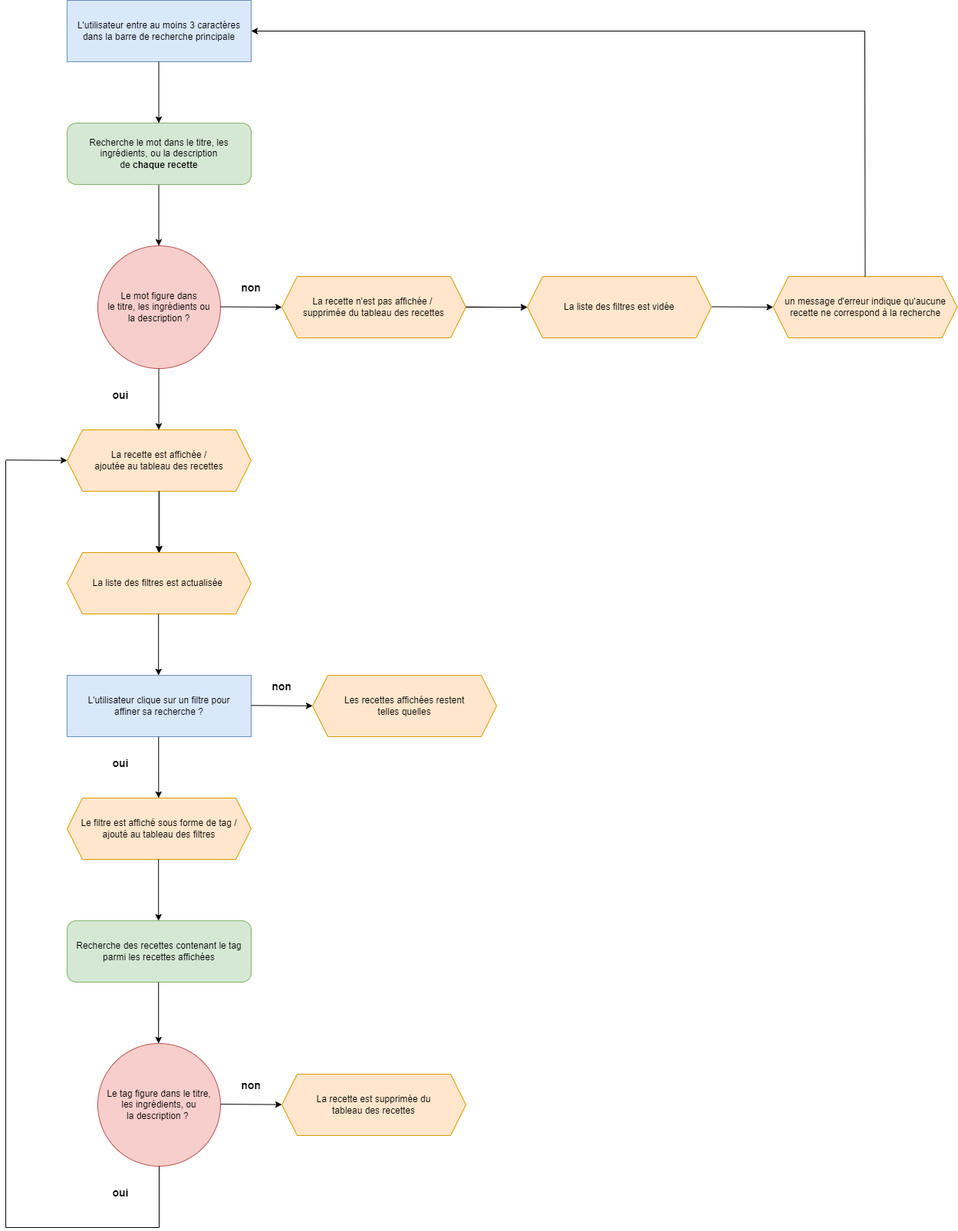
This is algorigramme.drawio.png from mathoos/LesPetitsPlats, a draw.io export, as it was before one commit. Source tidied: cells renumbered, new cells last; positions are measured from the earlier drawing's top-left corner, leaving out a move shared by most shapes.
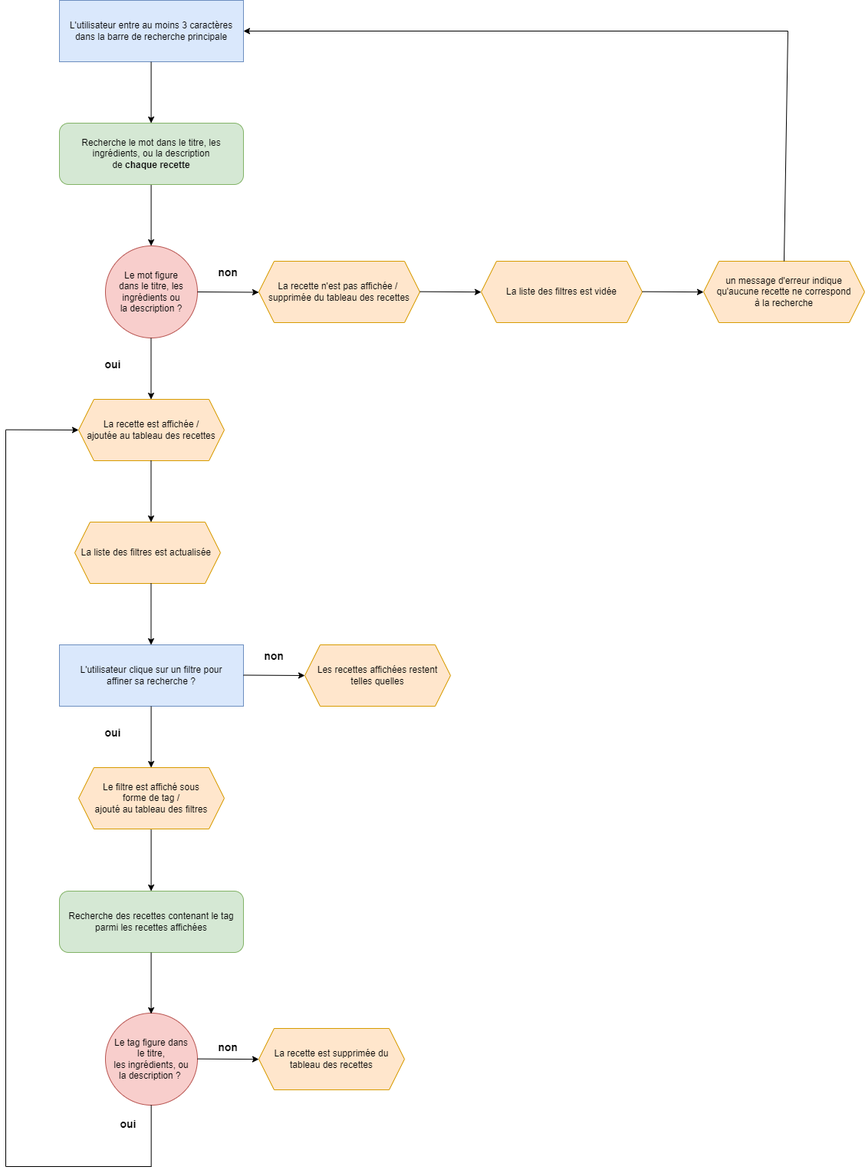
Above is the later version.

Commit message:
Mettre à jour algorigramme.drawio.png

Diff of the diagram source:
```diff
@@ -3,192 +3,180 @@
     <mxCell id="0" />
     <mxCell id="1" parent="0" />
     <mxCell id="2" value="L'utilisateur entre au moins 3 caractères dans la barre de recherche principale" style="rounded=0;whiteSpace=wrap;html=1;fillColor=#dae8fc;strokeColor=#6c8ebf;" parent="1" vertex="1">
-      <mxGeometry x="80" width="240" height="80" as="geometry" />
+      <mxGeometry x="-400" width="240" height="80" as="geometry" />
     </mxCell>
-    <mxCell id="3" value="Le mot figure dans &lt;br&gt;le titre, les ingrédients ou &lt;br&gt;la description&amp;nbsp;?" style="ellipse;whiteSpace=wrap;html=1;fillColor=#f8cecc;strokeColor=#b85450;" parent="1" vertex="1">
-      <mxGeometry x="120" y="320" width="160" height="160" as="geometry" />
+    <mxCell id="3" value="Le mot figure &lt;br&gt;dans le titre, les ingrédients ou &lt;br&gt;la description&amp;nbsp;?" style="ellipse;whiteSpace=wrap;html=1;fillColor=#f8cecc;strokeColor=#b85450;" parent="1" vertex="1">
+      <mxGeometry x="-340" y="320" width="120" height="120" as="geometry" />
     </mxCell>
     <mxCell id="4" style="endArrow=classic;html=1;rounded=0;" parent="1" edge="1">
       <mxGeometry relative="1" as="geometry">
-        <mxPoint x="280" y="399.5" as="sourcePoint" />
-        <mxPoint x="360" y="400" as="targetPoint" />
+        <mxPoint x="-220" y="380" as="sourcePoint" />
+        <mxPoint x="-140" y="380.5" as="targetPoint" />
       </mxGeometry>
     </mxCell>
     <mxCell id="5" style="endArrow=classic;html=1;rounded=0;" parent="1" edge="1">
       <mxGeometry relative="1" as="geometry">
-        <mxPoint x="199.5" y="480" as="sourcePoint" />
-        <mxPoint x="199.5" y="560" as="targetPoint" />
+        <mxPoint x="-280.5" y="440" as="sourcePoint" />
+        <mxPoint x="-280.5" y="520" as="targetPoint" />
       </mxGeometry>
     </mxCell>
     <mxCell id="6" style="endArrow=classic;html=1;rounded=0;" parent="1" edge="1">
       <mxGeometry relative="1" as="geometry">
-        <mxPoint x="199.5" y="80" as="sourcePoint" />
-        <mxPoint x="199.5" y="160" as="targetPoint" />
+        <mxPoint x="-280.4" y="80" as="sourcePoint" />
+        <mxPoint x="-280.4" y="160" as="targetPoint" />
       </mxGeometry>
     </mxCell>
     <mxCell id="7" style="endArrow=classic;html=1;rounded=0;" parent="1" edge="1">
       <mxGeometry x="-1" y="-252" relative="1" as="geometry">
-        <mxPoint x="199.5" y="240" as="sourcePoint" />
-        <mxPoint x="199.5" y="320" as="targetPoint" />
+        <mxPoint x="-280.4" y="240" as="sourcePoint" />
+        <mxPoint x="-280.4" y="320" as="targetPoint" />
         <mxPoint x="223" y="-250" as="offset" />
       </mxGeometry>
     </mxCell>
-    <mxCell id="8" style="edgeStyle=orthogonalEdgeStyle;rounded=0;jettySize=auto;html=1;fontSize=14;" parent="1" edge="1" source="11" target="15">
-      <mxGeometry relative="1" as="geometry" />
-    </mxCell>
-    <mxCell id="9" style="edgeStyle=orthogonalEdgeStyle;rounded=0;jettySize=auto;html=1;fontSize=14;" parent="1" edge="1" source="11" target="15">
-      <mxGeometry relative="1" as="geometry" />
-    </mxCell>
-    <mxCell id="10" style="edgeStyle=orthogonalEdgeStyle;rounded=0;jettySize=auto;html=1;fontSize=14;" parent="1" edge="1" source="11" target="15">
-      <mxGeometry relative="1" as="geometry" />
-    </mxCell>
     <mxCell id="11" value="La recette est affichée /&lt;br&gt;ajoutée au tableau des recettes" style="shape=hexagon;perimeter=hexagonPerimeter2;whiteSpace=wrap;html=1;fixedSize=1;fillColor=#ffe6cc;strokeColor=#d79b00;" parent="1" vertex="1">
-      <mxGeometry x="80" y="560" width="240" height="80" as="geometry" />
+      <mxGeometry x="-375" y="520" width="190" height="80" as="geometry" />
     </mxCell>
     <mxCell id="12" value="oui" style="text;html=1;strokeColor=none;fillColor=none;align=center;verticalAlign=middle;whiteSpace=wrap;rounded=0;fontStyle=1;fontSize=14;" parent="1" vertex="1">
-      <mxGeometry x="120" y="500" width="60" height="30" as="geometry" />
+      <mxGeometry x="-360" y="460" width="60" height="30" as="geometry" />
     </mxCell>
     <mxCell id="13" value="&lt;font style=&quot;font-size: 14px;&quot;&gt;non&lt;/font&gt;" style="text;html=1;strokeColor=none;fillColor=none;align=center;verticalAlign=middle;whiteSpace=wrap;rounded=0;fontStyle=1;" parent="1" vertex="1">
-      <mxGeometry x="290" y="360" width="60" height="30" as="geometry" />
+      <mxGeometry x="-210" y="340" width="60" height="30" as="geometry" />
     </mxCell>
     <mxCell id="14" value="L'utilisateur clique sur un filtre pour &lt;br&gt;affiner sa recherche ?" style="rounded=0;whiteSpace=wrap;html=1;fillColor=#dae8fc;strokeColor=#6c8ebf;" parent="1" vertex="1">
-      <mxGeometry x="80" y="880" width="240" height="80" as="geometry" />
+      <mxGeometry x="-400" y="840" width="240" height="80" as="geometry" />
     </mxCell>
     <mxCell id="15" value="La liste des filtres est actualisée&amp;nbsp;" style="shape=hexagon;perimeter=hexagonPerimeter2;whiteSpace=wrap;html=1;fixedSize=1;fillColor=#ffe6cc;strokeColor=#d79b00;" parent="1" vertex="1">
-      <mxGeometry x="80" y="720" width="240" height="80" as="geometry" />
+      <mxGeometry x="-380" y="680" width="190" height="80" as="geometry" />
     </mxCell>
     <mxCell id="16" value="Recherche le mot dans le titre, les ingrédients, ou la description &lt;br&gt;de &lt;b&gt;chaque recette&lt;/b&gt;" style="rounded=1;whiteSpace=wrap;html=1;fillColor=#d5e8d4;strokeColor=#82b366;" parent="1" vertex="1">
-      <mxGeometry x="80" y="160" width="240" height="80" as="geometry" />
+      <mxGeometry x="-400" y="160" width="240" height="80" as="geometry" />
     </mxCell>
     <mxCell id="17" style="endArrow=classic;html=1;rounded=0;" parent="1" edge="1">
-      <mxGeometry relative="1" as="geometry">
-        <mxPoint x="199.7" y="640" as="sourcePoint" />
-        <mxPoint x="199.7" y="720" as="targetPoint" />
+      <mxGeometry x="-1" y="-95" relative="1" as="geometry">
+        <mxPoint x="-280.5" y="600" as="sourcePoint" />
+        <mxPoint x="-280.5" y="680" as="targetPoint" />
       </mxGeometry>
     </mxCell>
-    <mxCell id="18" style="edgeStyle=orthogonalEdgeStyle;rounded=0;jettySize=auto;html=1;fontSize=14;" parent="1" edge="1" source="19" target="21">
-      <mxGeometry relative="1" as="geometry" />
-    </mxCell>
     <mxCell id="19" value="La recette n'est pas affichée /&amp;nbsp;&lt;br&gt;supprimée du tableau des recettes" style="shape=hexagon;perimeter=hexagonPerimeter2;whiteSpace=wrap;html=1;fixedSize=1;fillColor=#ffe6cc;strokeColor=#d79b00;" parent="1" vertex="1">
-      <mxGeometry x="360" y="360" width="240" height="80" as="geometry" />
+      <mxGeometry x="-140" y="340" width="210" height="80" as="geometry" />
     </mxCell>
     <mxCell id="20" style="endArrow=classic;html=1;rounded=0;" parent="1" edge="1">
       <mxGeometry relative="1" as="geometry">
-        <mxPoint x="199.2" y="800" as="sourcePoint" />
-        <mxPoint x="199.2" y="880" as="targetPoint" />
+        <mxPoint x="-280.5" y="760" as="sourcePoint" />
+        <mxPoint x="-280.5" y="840" as="targetPoint" />
       </mxGeometry>
     </mxCell>
     <mxCell id="21" value="La liste des filtres est vidée" style="shape=hexagon;perimeter=hexagonPerimeter2;whiteSpace=wrap;html=1;fixedSize=1;fillColor=#ffe6cc;strokeColor=#d79b00;" parent="1" vertex="1">
-      <mxGeometry x="680" y="360" width="240" height="80" as="geometry" />
+      <mxGeometry x="150" y="340" width="210" height="80" as="geometry" />
     </mxCell>
     <mxCell id="22" style="endArrow=classic;html=1;rounded=0;" parent="1" edge="1">
       <mxGeometry relative="1" as="geometry">
-        <mxPoint x="600" y="399.7" as="sourcePoint" />
-        <mxPoint x="680" y="400.2" as="targetPoint" />
+        <mxPoint x="70" y="379.7" as="sourcePoint" />
+        <mxPoint x="150" y="380.2" as="targetPoint" />
       </mxGeometry>
     </mxCell>
-    <mxCell id="23" value="un message d'erreur indique qu'aucune recette ne correspond à la recherche" style="shape=hexagon;perimeter=hexagonPerimeter2;whiteSpace=wrap;html=1;fixedSize=1;fillColor=#ffe6cc;strokeColor=#d79b00;" parent="1" vertex="1">
-      <mxGeometry x="1000.5" y="360" width="240" height="80" as="geometry" />
+    <mxCell id="23" value="un message d'erreur indique qu'aucune recette ne correspond &lt;br&gt;à la recherche" style="shape=hexagon;perimeter=hexagonPerimeter2;whiteSpace=wrap;html=1;fixedSize=1;fillColor=#ffe6cc;strokeColor=#d79b00;" parent="1" vertex="1">
+      <mxGeometry x="440" y="340" width="210" height="80" as="geometry" />
     </mxCell>
     <mxCell id="24" style="endArrow=classic;html=1;rounded=0;" parent="1" edge="1">
       <mxGeometry relative="1" as="geometry">
-        <mxPoint x="920.5" y="399.4" as="sourcePoint" />
-        <mxPoint x="1000.5" y="399.9" as="targetPoint" />
+        <mxPoint x="360" y="379.7" as="sourcePoint" />
+        <mxPoint x="440" y="380.2" as="targetPoint" />
       </mxGeometry>
     </mxCell>
     <mxCell id="25" style="endArrow=classic;html=1;rounded=0;entryX=1;entryY=0.5;entryDx=0;entryDy=0;" parent="1" edge="1" target="2">
       <mxGeometry relative="1" as="geometry">
-        <mxPoint x="1120" y="40" as="sourcePoint" />
+        <mxPoint x="550" y="40" as="sourcePoint" />
       </mxGeometry>
     </mxCell>
     <mxCell id="26" style="endArrow=none;html=1;rounded=0;fontSize=14;exitX=0.5;exitY=0;exitDx=0;exitDy=0;" parent="1" edge="1" source="23">
       <mxGeometry relative="1" as="geometry">
-        <mxPoint x="1120" y="40" as="targetPoint" />
+        <mxPoint x="550" y="40" as="targetPoint" />
       </mxGeometry>
     </mxCell>
     <mxCell id="27" value="Recherche des recettes contenant le tag parmi les recettes affichées" style="rounded=1;whiteSpace=wrap;html=1;fillColor=#d5e8d4;strokeColor=#82b366;" parent="1" vertex="1">
-      <mxGeometry x="80" y="1200" width="240" height="80" as="geometry" />
+      <mxGeometry x="-400" y="1161" width="240" height="80" as="geometry" />
     </mxCell>
-    <mxCell id="28" value="Le filtre est affiché sous forme de tag /&lt;br&gt;ajouté au tableau des filtres" style="shape=hexagon;perimeter=hexagonPerimeter2;whiteSpace=wrap;html=1;fixedSize=1;fillColor=#ffe6cc;strokeColor=#d79b00;" parent="1" vertex="1">
-      <mxGeometry x="80" y="1040" width="240" height="80" as="geometry" />
+    <mxCell id="28" value="Le filtre est affiché sous &lt;br&gt;forme de tag /&lt;br&gt;ajouté au tableau des filtres" style="shape=hexagon;perimeter=hexagonPerimeter2;whiteSpace=wrap;html=1;fixedSize=1;fillColor=#ffe6cc;strokeColor=#d79b00;" parent="1" vertex="1">
+      <mxGeometry x="-375" y="1000" width="190" height="80" as="geometry" />
     </mxCell>
     <mxCell id="29" style="endArrow=classic;html=1;rounded=0;" parent="1" edge="1">
       <mxGeometry relative="1" as="geometry">
-        <mxPoint x="320" y="919.3" as="sourcePoint" />
-        <mxPoint x="400" y="919.8" as="targetPoint" />
+        <mxPoint x="-160" y="879.5" as="sourcePoint" />
+        <mxPoint x="-80" y="880" as="targetPoint" />
       </mxGeometry>
     </mxCell>
     <mxCell id="30" style="endArrow=classic;html=1;rounded=0;" parent="1" edge="1">
       <mxGeometry x="1" y="-112" relative="1" as="geometry">
-        <mxPoint x="199.3" y="960" as="sourcePoint" />
-        <mxPoint x="199.3" y="1040" as="targetPoint" />
+        <mxPoint x="-280.4" y="920" as="sourcePoint" />
+        <mxPoint x="-280.4" y="1000" as="targetPoint" />
         <mxPoint x="93" y="110" as="offset" />
       </mxGeometry>
     </mxCell>
-    <mxCell id="31" style="endArrow=classic;html=1;rounded=0;" parent="1" edge="1">
+    <mxCell id="31" style="endArrow=classic;html=1;rounded=0;entryX=0;entryY=0.5;entryDx=0;entryDy=0;" parent="1" edge="1" target="11">
       <mxGeometry relative="1" as="geometry">
-        <mxPoint y="599.3" as="sourcePoint" />
-        <mxPoint x="80" y="599.8" as="targetPoint" />
+        <mxPoint x="-470" y="559.6" as="sourcePoint" />
       </mxGeometry>
     </mxCell>
     <mxCell id="32" style="endArrow=none;html=1;rounded=0;fontSize=14;" parent="1" edge="1">
       <mxGeometry relative="1" as="geometry">
-        <mxPoint y="1600" as="sourcePoint" />
-        <mxPoint y="600" as="targetPoint" />
+        <mxPoint x="-470" y="1520" as="sourcePoint" />
+        <mxPoint x="-470" y="560" as="targetPoint" />
       </mxGeometry>
     </mxCell>
     <mxCell id="33" style="endArrow=none;html=1;rounded=0;fontSize=14;" parent="1" edge="1">
       <mxGeometry relative="1" as="geometry">
-        <mxPoint y="1600" as="sourcePoint" />
-        <mxPoint x="200" y="1600" as="targetPoint" />
+        <mxPoint x="-470" y="1520" as="sourcePoint" />
+        <mxPoint x="-280" y="1520" as="targetPoint" />
       </mxGeometry>
     </mxCell>
-    <mxCell id="34" value="Le tag figure dans le titre, &lt;br&gt;les ingrédients, ou &lt;br&gt;la description ?&amp;nbsp;" style="ellipse;whiteSpace=wrap;html=1;fillColor=#f8cecc;strokeColor=#b85450;" parent="1" vertex="1">
-      <mxGeometry x="120" y="1360" width="160" height="160" as="geometry" />
+    <mxCell id="34" value="Le tag figure dans &lt;br&gt;le titre, &lt;br&gt;les ingrédients, ou &lt;br&gt;la description ?&amp;nbsp;" style="ellipse;whiteSpace=wrap;html=1;fillColor=#f8cecc;strokeColor=#b85450;" parent="1" vertex="1">
+      <mxGeometry x="-340" y="1320" width="120" height="120" as="geometry" />
     </mxCell>
     <mxCell id="35" style="endArrow=classic;html=1;rounded=0;" parent="1" edge="1">
       <mxGeometry x="-1" y="-252" relative="1" as="geometry">
-        <mxPoint x="199.2" y="1280" as="sourcePoint" />
-        <mxPoint x="199.2" y="1360" as="targetPoint" />
+        <mxPoint x="-280.4" y="1241" as="sourcePoint" />
+        <mxPoint x="-280.4" y="1321" as="targetPoint" />
         <mxPoint x="223" y="-250" as="offset" />
       </mxGeometry>
     </mxCell>
     <mxCell id="36" style="endArrow=classic;html=1;rounded=0;" parent="1" edge="1">
       <mxGeometry relative="1" as="geometry">
-        <mxPoint x="280" y="1439.2" as="sourcePoint" />
-        <mxPoint x="360" y="1439.7" as="targetPoint" />
+        <mxPoint x="-220" y="1379.7" as="sourcePoint" />
+        <mxPoint x="-140" y="1380.2" as="targetPoint" />
       </mxGeometry>
     </mxCell>
     <mxCell id="37" value="&lt;font style=&quot;font-size: 14px;&quot;&gt;non&lt;/font&gt;" style="text;html=1;strokeColor=none;fillColor=none;align=center;verticalAlign=middle;whiteSpace=wrap;rounded=0;fontStyle=1;" parent="1" vertex="1">
-      <mxGeometry x="290" y="1400" width="60" height="30" as="geometry" />
+      <mxGeometry x="-210" y="1350" width="60" height="30" as="geometry" />
     </mxCell>
     <mxCell id="38" value="La recette est&amp;nbsp;supprimée du &lt;br&gt;tableau des recettes" style="shape=hexagon;perimeter=hexagonPerimeter2;whiteSpace=wrap;html=1;fixedSize=1;fillColor=#ffe6cc;strokeColor=#d79b00;" parent="1" vertex="1">
-      <mxGeometry x="360" y="1400" width="240" height="80" as="geometry" />
+      <mxGeometry x="-140" y="1340" width="190" height="80" as="geometry" />
     </mxCell>
     <mxCell id="39" value="oui" style="text;html=1;strokeColor=none;fillColor=none;align=center;verticalAlign=middle;whiteSpace=wrap;rounded=0;fontStyle=1;fontSize=14;" parent="1" vertex="1">
-      <mxGeometry x="120" y="1540" width="60" height="30" as="geometry" />
+      <mxGeometry x="-340" y="1450" width="60" height="30" as="geometry" />
     </mxCell>
     <mxCell id="40" style="endArrow=none;html=1;rounded=0;fontSize=14;" parent="1" edge="1">
-      <mxGeometry relative="1" as="geometry">
-        <mxPoint x="200" y="1520" as="sourcePoint" />
-        <mxPoint x="200" y="1600" as="targetPoint" />
+      <mxGeometry x="-1" y="-63" relative="1" as="geometry">
+        <mxPoint x="-280.3" y="1440" as="sourcePoint" />
+        <mxPoint x="-280.3" y="1520" as="targetPoint" />
+        <mxPoint x="43" y="-60" as="offset" />
       </mxGeometry>
     </mxCell>
     <mxCell id="41" value="&lt;font style=&quot;font-size: 14px;&quot;&gt;non&lt;/font&gt;" style="text;html=1;strokeColor=none;fillColor=none;align=center;verticalAlign=middle;whiteSpace=wrap;rounded=0;fontStyle=1;" parent="1" vertex="1">
-      <mxGeometry x="330" y="880" width="60" height="30" as="geometry" />
+      <mxGeometry x="-150" y="840" width="60" height="30" as="geometry" />
     </mxCell>
     <mxCell id="42" value="oui" style="text;html=1;strokeColor=none;fillColor=none;align=center;verticalAlign=middle;whiteSpace=wrap;rounded=0;fontStyle=1;fontSize=14;" parent="1" vertex="1">
-      <mxGeometry x="120" y="980" width="60" height="30" as="geometry" />
+      <mxGeometry x="-360" y="940" width="60" height="30" as="geometry" />
     </mxCell>
     <mxCell id="43" style="endArrow=classic;html=1;rounded=0;" parent="1" edge="1">
       <mxGeometry x="-1" y="-252" relative="1" as="geometry">
-        <mxPoint x="199.2" y="1120" as="sourcePoint" />
-        <mxPoint x="199.2" y="1200" as="targetPoint" />
+        <mxPoint x="-280.4" y="1081" as="sourcePoint" />
+        <mxPoint x="-280.4" y="1161" as="targetPoint" />
         <mxPoint x="223" y="-250" as="offset" />
       </mxGeometry>
     </mxCell>
     <mxCell id="44" value="Les recettes affichées restent &lt;br&gt;telles quelles" style="shape=hexagon;perimeter=hexagonPerimeter2;whiteSpace=wrap;html=1;fixedSize=1;fillColor=#ffe6cc;strokeColor=#d79b00;" parent="1" vertex="1">
-      <mxGeometry x="400" y="880" width="240" height="80" as="geometry" />
+      <mxGeometry x="-80" y="840" width="190" height="80" as="geometry" />
     </mxCell>
   </root>
 </mxGraphModel>
```
